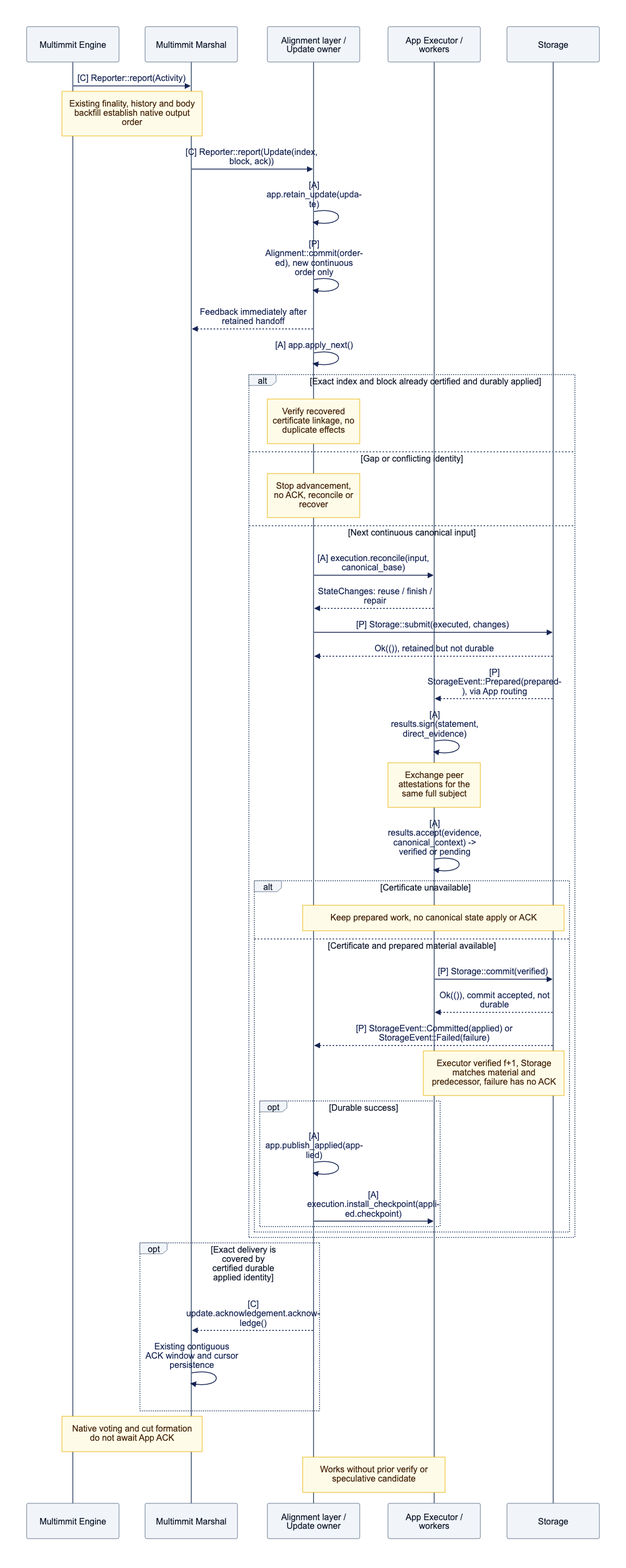
Before: docs/assets/diagrams/diagram-08.png, a diagram exported from Mermaid (djm07073/baton). Its source is kept beside it as docs/assets/diagrams/diagram-08.mmd.
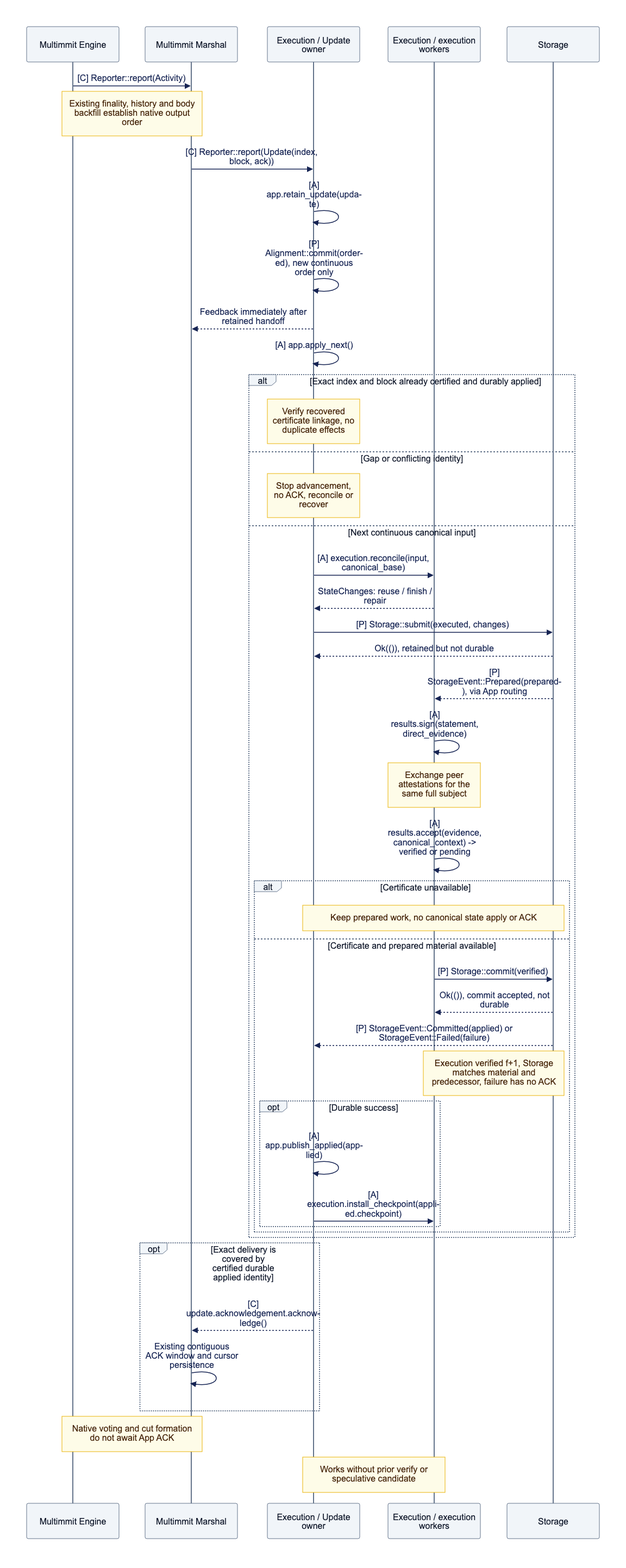
Later version of the same file.

The edit, as a diff of the source:
```diff
@@ -1,8 +1,8 @@
 sequenceDiagram
     participant N as Multimmit Engine
     participant M as Multimmit Marshal
-    participant A as Alignment layer / Update owner
-    participant E as App Executor / workers
+    participant A as Execution / Update owner
+    participant E as Execution / execution workers
     participant S as Storage
     N->>M: [C] Reporter::report(Activity)
     Note over N,M: Existing finality, history and body backfill establish native output order
@@ -31,7 +31,7 @@
             E->>S: [P] Storage::commit(verified)
             S-->>E: Ok(()), commit accepted, not durable
             S-->>A: [P] StorageEvent::Committed(applied) or StorageEvent::Failed(failure)
-            Note over E,S: Executor verified f+1, Storage matches material and predecessor, failure has no ACK
+            Note over E,S: Execution verified f+1, Storage matches material and predecessor, failure has no ACK
             opt Durable success
                 A->>A: [A] app.publish_applied(applied)
                 A->>E: [A] execution.install_checkpoint(applied.checkpoint)
```
